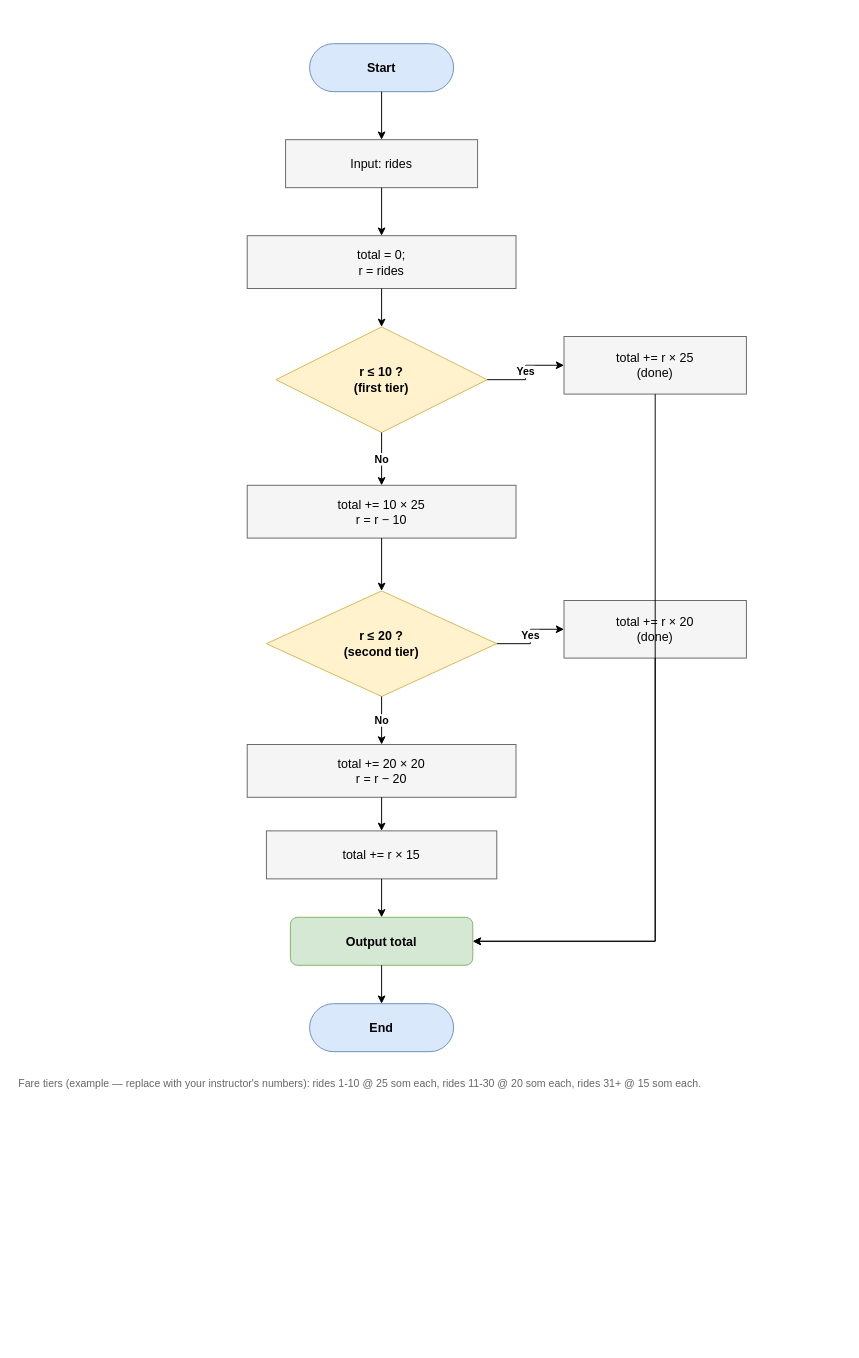
The draw.io diagram lab1/metro-fare-flowchart.drawio in ruziev1435-star/Emaktab, before the edit. Source tidied: cells renumbered, new cells numbered last; positions are measured from the earlier drawing's top-left corner, leaving out a move shared by most shapes. Both pictures are drawn from the tidied source at 96%, with x=0, y=0 at pixel (16, 43).
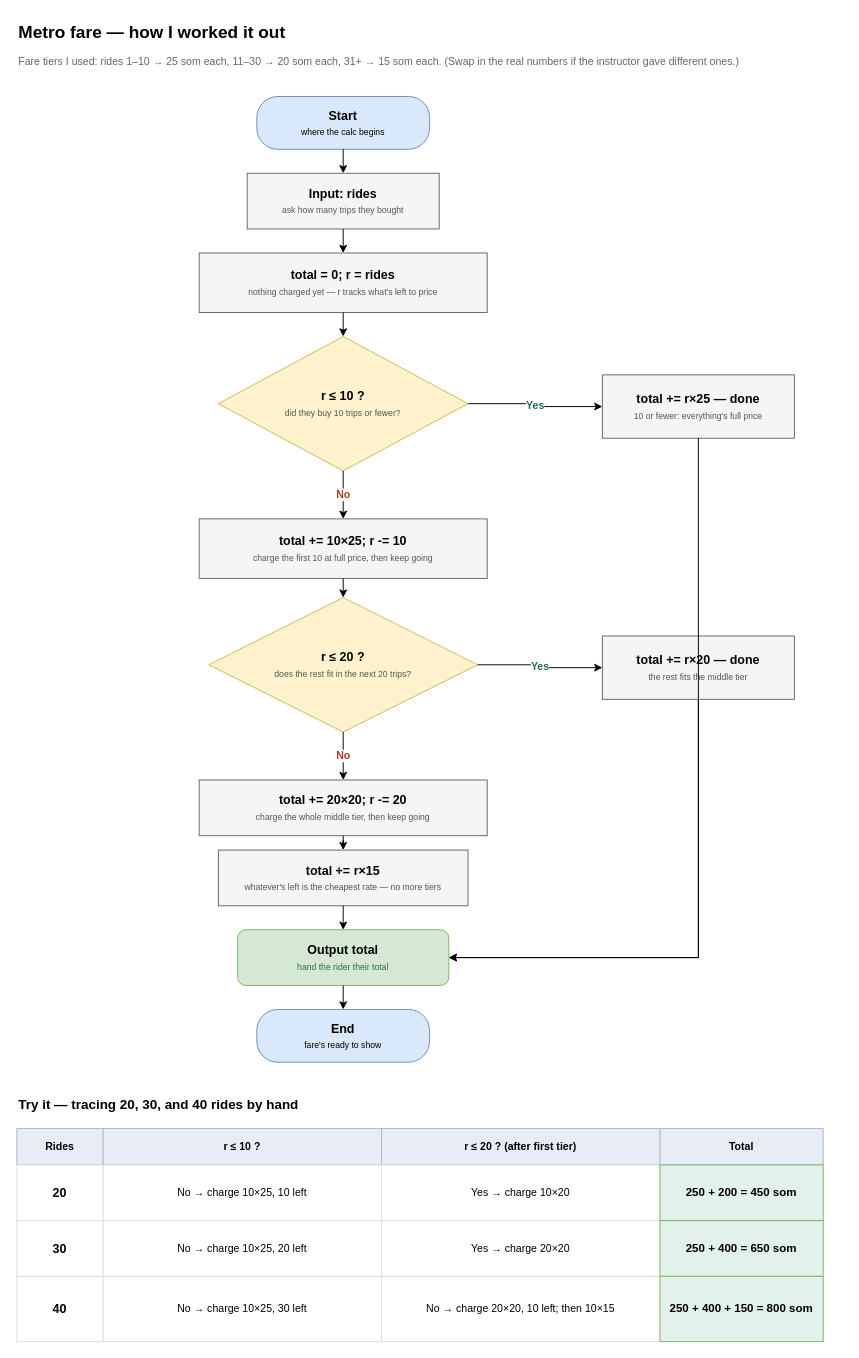
Above is the later version.

Commit message:
Add plain-language captions and worked-example table to the flowchart

- every box now has a short "what this step does" line, not just the formula
- embedded a results table on the canvas tracing 20, 30, and 40 rides to
  450, 650, and 800 som so the outcome is visible without a separate file

Claude-Session: https://claude.ai/code/session_01XtFHZjEuaSxkU3XpsSK1kU

Change to the diagram source:
```diff
@@
+    <mxCell id="28" value="Metro fare — how I worked it out" style="text;html=1;align=left;valign=middle;fontSize=18;fontStyle=1;" parent="1" vertex="1">
+      <mxGeometry y="-28" width="700" height="30" as="geometry" />
+    </mxCell>
+    <mxCell id="29" value="Fare tiers I used: rides 1–10 → 25 som each, 11–30 → 20 som each, 31+ → 15 som each. (Swap in the real numbers if the instructor gave different ones.)" style="text;html=1;align=left;valign=middle;fontSize=11;fontColor=#666666;whiteSpace=wrap;" parent="1" vertex="1">
+      <mxGeometry y="6" width="860" height="34" as="geometry" />
+    </mxCell>
-    <mxCell id="2" value="Start" style="rounded=1;arcSize=50;whiteSpace=wrap;html=1;fillColor=#dae8fc;strokeColor=#6c8ebf;fontStyle=1;fontSize=13;" parent="1" vertex="1">
-      <mxGeometry x="305" width="150" height="50" as="geometry" />
+    <mxCell id="2" value="&lt;b&gt;Start&lt;/b&gt;&lt;br&gt;&lt;span style=&quot;font-size:9px;&quot;&gt;where the calc begins&lt;/span&gt;" style="rounded=1;arcSize=40;whiteSpace=wrap;html=1;fillColor=#dae8fc;strokeColor=#6c8ebf;fontSize=13;align=center;verticalAlign=middle;" parent="1" vertex="1">
+      <mxGeometry x="250" y="55" width="180" height="55" as="geometry" />
     </mxCell>
-    <mxCell id="3" value="Input: rides" style="rounded=0;whiteSpace=wrap;html=1;fillColor=#f5f5f5;strokeColor=#666666;fontSize=13;" parent="1" vertex="1">
-      <mxGeometry x="280" y="100" width="200" height="50" as="geometry" />
+    <mxCell id="3" value="&lt;b&gt;Input: rides&lt;/b&gt;&lt;br&gt;&lt;span style=&quot;font-size:9px;color:#555555;&quot;&gt;ask how many trips they bought&lt;/span&gt;" style="rounded=0;whiteSpace=wrap;html=1;fillColor=#f5f5f5;strokeColor=#666666;fontSize=13;" parent="1" vertex="1">
+      <mxGeometry x="240" y="135" width="200" height="58" as="geometry" />
     </mxCell>
-    <mxCell id="4" value="total = 0;&#10;r = rides" style="rounded=0;whiteSpace=wrap;html=1;fillColor=#f5f5f5;strokeColor=#666666;fontSize=13;" parent="1" vertex="1">
-      <mxGeometry x="240" y="200" width="280" height="55" as="geometry" />
+    <mxCell id="4" value="&lt;b&gt;total = 0;  r = rides&lt;/b&gt;&lt;br&gt;&lt;span style=&quot;font-size:9px;color:#555555;&quot;&gt;nothing charged yet — r tracks what's left to price&lt;/span&gt;" style="rounded=0;whiteSpace=wrap;html=1;fillColor=#f5f5f5;strokeColor=#666666;fontSize=13;" parent="1" vertex="1">
+      <mxGeometry x="190" y="218" width="300" height="62" as="geometry" />
     </mxCell>
-    <mxCell id="5" value="r ≤ 10 ?&#10;(first tier)" style="rhombus;whiteSpace=wrap;html=1;fillColor=#fff2cc;strokeColor=#d6b656;fontSize=13;fontStyle=1;" parent="1" vertex="1">
-      <mxGeometry x="270" y="295" width="220" height="110" as="geometry" />
+    <mxCell id="5" value="&lt;b&gt;r ≤ 10 ?&lt;/b&gt;&lt;br&gt;&lt;span style=&quot;font-size:9px;color:#555555;&quot;&gt;did they buy 10 trips or fewer?&lt;/span&gt;" style="rhombus;whiteSpace=wrap;html=1;fillColor=#fff2cc;strokeColor=#d6b656;fontSize=13;" parent="1" vertex="1">
+      <mxGeometry x="210" y="305" width="260" height="140" as="geometry" />
     </mxCell>
-    <mxCell id="6" value="total += 10 × 25&#10;r = r − 10" style="rounded=0;whiteSpace=wrap;html=1;fillColor=#f5f5f5;strokeColor=#666666;fontSize=13;" parent="1" vertex="1">
-      <mxGeometry x="240" y="460" width="280" height="55" as="geometry" />
+    <mxCell id="6" value="&lt;b&gt;total += 10×25;  r -= 10&lt;/b&gt;&lt;br&gt;&lt;span style=&quot;font-size:9px;color:#555555;&quot;&gt;charge the first 10 at full price, then keep going&lt;/span&gt;" style="rounded=0;whiteSpace=wrap;html=1;fillColor=#f5f5f5;strokeColor=#666666;fontSize=13;" parent="1" vertex="1">
+      <mxGeometry x="190" y="495" width="300" height="62" as="geometry" />
     </mxCell>
-    <mxCell id="7" value="total += r × 25&#10;(done)" style="rounded=0;whiteSpace=wrap;html=1;fillColor=#f5f5f5;strokeColor=#666666;fontSize=13;" parent="1" vertex="1">
-      <mxGeometry x="570" y="305" width="190" height="60" as="geometry" />
+    <mxCell id="7" value="&lt;b&gt;total += r×25 — done&lt;/b&gt;&lt;br&gt;&lt;span style=&quot;font-size:9px;color:#555555;&quot;&gt;10 or fewer: everything's full price&lt;/span&gt;" style="rounded=0;whiteSpace=wrap;html=1;fillColor=#f5f5f5;strokeColor=#666666;fontSize=13;" parent="1" vertex="1">
+      <mxGeometry x="610" y="345" width="200" height="66" as="geometry" />
     </mxCell>
-    <mxCell id="8" value="r ≤ 20 ?&#10;(second tier)" style="rhombus;whiteSpace=wrap;html=1;fillColor=#fff2cc;strokeColor=#d6b656;fontSize=13;fontStyle=1;" parent="1" vertex="1">
-      <mxGeometry x="260" y="570" width="240" height="110" as="geometry" />
+    <mxCell id="8" value="&lt;b&gt;r ≤ 20 ?&lt;/b&gt;&lt;br&gt;&lt;span style=&quot;font-size:9px;color:#555555;&quot;&gt;does the rest fit in the next 20 trips?&lt;/span&gt;" style="rhombus;whiteSpace=wrap;html=1;fillColor=#fff2cc;strokeColor=#d6b656;fontSize=13;" parent="1" vertex="1">
+      <mxGeometry x="200" y="577" width="280" height="140" as="geometry" />
     </mxCell>
-    <mxCell id="9" value="total += r × 20&#10;(done)" style="rounded=0;whiteSpace=wrap;html=1;fillColor=#f5f5f5;strokeColor=#666666;fontSize=13;" parent="1" vertex="1">
-      <mxGeometry x="570" y="580" width="190" height="60" as="geometry" />
+    <mxCell id="9" value="&lt;b&gt;total += r×20 — done&lt;/b&gt;&lt;br&gt;&lt;span style=&quot;font-size:9px;color:#555555;&quot;&gt;the rest fits the middle tier&lt;/span&gt;" style="rounded=0;whiteSpace=wrap;html=1;fillColor=#f5f5f5;strokeColor=#666666;fontSize=13;" parent="1" vertex="1">
+      <mxGeometry x="610" y="617" width="200" height="66" as="geometry" />
     </mxCell>
-    <mxCell id="10" value="total += 20 × 20&#10;r = r − 20" style="rounded=0;whiteSpace=wrap;html=1;fillColor=#f5f5f5;strokeColor=#666666;fontSize=13;" parent="1" vertex="1">
-      <mxGeometry x="240" y="730" width="280" height="55" as="geometry" />
+    <mxCell id="10" value="&lt;b&gt;total += 20×20;  r -= 20&lt;/b&gt;&lt;br&gt;&lt;span style=&quot;font-size:9px;color:#555555;&quot;&gt;charge the whole middle tier, then keep going&lt;/span&gt;" style="rounded=0;whiteSpace=wrap;html=1;fillColor=#f5f5f5;strokeColor=#666666;fontSize=13;" parent="1" vertex="1">
+      <mxGeometry x="190" y="767" width="300" height="58" as="geometry" />
     </mxCell>
-    <mxCell id="11" value="total += r × 15" style="rounded=0;whiteSpace=wrap;html=1;fillColor=#f5f5f5;strokeColor=#666666;fontSize=13;" parent="1" vertex="1">
-      <mxGeometry x="260" y="820" width="240" height="50" as="geometry" />
+    <mxCell id="11" value="&lt;b&gt;total += r×15&lt;/b&gt;&lt;br&gt;&lt;span style=&quot;font-size:9px;color:#555555;&quot;&gt;whatever's left is the cheapest rate — no more tiers&lt;/span&gt;" style="rounded=0;whiteSpace=wrap;html=1;fillColor=#f5f5f5;strokeColor=#666666;fontSize=13;" parent="1" vertex="1">
+      <mxGeometry x="210" y="840" width="260" height="58" as="geometry" />
     </mxCell>
-    <mxCell id="12" value="Output total" style="rounded=1;whiteSpace=wrap;html=1;fillColor=#d5e8d4;strokeColor=#82b366;fontStyle=1;fontSize=13;" parent="1" vertex="1">
-      <mxGeometry x="285" y="910" width="190" height="50" as="geometry" />
+    <mxCell id="12" value="&lt;b&gt;Output total&lt;/b&gt;&lt;br&gt;&lt;span style=&quot;font-size:9px;color:#2c6e3f;&quot;&gt;hand the rider their total&lt;/span&gt;" style="rounded=1;whiteSpace=wrap;html=1;fillColor=#d5e8d4;strokeColor=#82b366;fontSize=13;" parent="1" vertex="1">
+      <mxGeometry x="230" y="923" width="220" height="58" as="geometry" />
     </mxCell>
-    <mxCell id="13" value="End" style="rounded=1;arcSize=50;whiteSpace=wrap;html=1;fillColor=#dae8fc;strokeColor=#6c8ebf;fontStyle=1;fontSize=13;" parent="1" vertex="1">
-      <mxGeometry x="305" y="1000" width="150" height="50" as="geometry" />
+    <mxCell id="13" value="&lt;b&gt;End&lt;/b&gt;&lt;br&gt;&lt;span style=&quot;font-size:9px;&quot;&gt;fare's ready to show&lt;/span&gt;" style="rounded=1;arcSize=40;whiteSpace=wrap;html=1;fillColor=#dae8fc;strokeColor=#6c8ebf;fontSize=13;" parent="1" vertex="1">
+      <mxGeometry x="250" y="1006" width="180" height="55" as="geometry" />
     </mxCell>
@@
-    <mxCell id="17" value="No" style="edgeStyle=orthogonalEdgeStyle;rounded=0;html=1;fontStyle=1;" parent="1" edge="1" source="5" target="6">
+    <mxCell id="17" value="No" style="edgeStyle=orthogonalEdgeStyle;rounded=0;html=1;fontStyle=1;fontColor=#a83e1f;" parent="1" edge="1" source="5" target="6">
       <mxGeometry relative="1" as="geometry" />
     </mxCell>
-    <mxCell id="18" value="Yes" style="edgeStyle=orthogonalEdgeStyle;rounded=0;html=1;fontStyle=1;" parent="1" edge="1" source="5" target="7">
+    <mxCell id="18" value="Yes" style="edgeStyle=orthogonalEdgeStyle;rounded=0;html=1;fontStyle=1;fontColor=#276e4d;" parent="1" edge="1" source="5" target="7">
       <mxGeometry relative="1" as="geometry" />
     </mxCell>
@@
-    <mxCell id="20" value="No" style="edgeStyle=orthogonalEdgeStyle;rounded=0;html=1;fontStyle=1;" parent="1" edge="1" source="8" target="10">
+    <mxCell id="20" value="No" style="edgeStyle=orthogonalEdgeStyle;rounded=0;html=1;fontStyle=1;fontColor=#a83e1f;" parent="1" edge="1" source="8" target="10">
       <mxGeometry relative="1" as="geometry" />
     </mxCell>
-    <mxCell id="21" value="Yes" style="edgeStyle=orthogonalEdgeStyle;rounded=0;html=1;fontStyle=1;" parent="1" edge="1" source="8" target="9">
+    <mxCell id="21" value="Yes" style="edgeStyle=orthogonalEdgeStyle;rounded=0;html=1;fontStyle=1;fontColor=#276e4d;" parent="1" edge="1" source="8" target="9">
       <mxGeometry relative="1" as="geometry" />
     </mxCell>
@@
-    <mxCell id="27" value="Fare tiers (example — replace with your instructor's numbers): rides 1-10 @ 25 som each, rides 11-30 @ 20 som each, rides 31+ @ 15 som each." style="text;html=1;align=left;valign=top;fontSize=11;fontColor=#666666;whiteSpace=wrap;" parent="1" vertex="1">
-      <mxGeometry y="1070" width="770" height="30" as="geometry" />
-    </mxCell>
+    <mxCell id="30" value="Try it — tracing 20, 30, and 40 rides by hand" style="text;html=1;align=left;valign=middle;fontSize=14;fontStyle=1;" parent="1" vertex="1">
+      <mxGeometry y="1090" width="700" height="28" as="geometry" />
+    </mxCell>
+    <mxCell id="31" value="Rides" style="rounded=0;whiteSpace=wrap;html=1;fillColor=#e8edf5;strokeColor=#b0b8c8;fontStyle=1;fontSize=11;" parent="1" vertex="1">
+      <mxGeometry y="1130" width="90" height="38" as="geometry" />
+    </mxCell>
+    <mxCell id="32" value="r ≤ 10 ?" style="rounded=0;whiteSpace=wrap;html=1;fillColor=#e8edf5;strokeColor=#b0b8c8;fontStyle=1;fontSize=11;" parent="1" vertex="1">
+      <mxGeometry x="90" y="1130" width="290" height="38" as="geometry" />
+    </mxCell>
+    <mxCell id="33" value="r ≤ 20 ? (after first tier)" style="rounded=0;whiteSpace=wrap;html=1;fillColor=#e8edf5;strokeColor=#b0b8c8;fontStyle=1;fontSize=11;" parent="1" vertex="1">
+      <mxGeometry x="380" y="1130" width="290" height="38" as="geometry" />
+    </mxCell>
+    <mxCell id="34" value="Total" style="rounded=0;whiteSpace=wrap;html=1;fillColor=#e8edf5;strokeColor=#b0b8c8;fontStyle=1;fontSize=11;" parent="1" vertex="1">
+      <mxGeometry x="670" y="1130" width="170" height="38" as="geometry" />
+    </mxCell>
+    <mxCell id="35" value="20" style="rounded=0;whiteSpace=wrap;html=1;fillColor=#ffffff;strokeColor=#dddddd;fontSize=13;fontStyle=1;" parent="1" vertex="1">
+      <mxGeometry y="1168" width="90" height="58" as="geometry" />
+    </mxCell>
+    <mxCell id="36" value="No → charge 10×25, 10 left" style="rounded=0;whiteSpace=wrap;html=1;fillColor=#ffffff;strokeColor=#dddddd;fontSize=11;spacing=6;" parent="1" vertex="1">
+      <mxGeometry x="90" y="1168" width="290" height="58" as="geometry" />
+    </mxCell>
+    <mxCell id="37" value="Yes → charge 10×20" style="rounded=0;whiteSpace=wrap;html=1;fillColor=#ffffff;strokeColor=#dddddd;fontSize=11;spacing=6;" parent="1" vertex="1">
+      <mxGeometry x="380" y="1168" width="290" height="58" as="geometry" />
+    </mxCell>
+    <mxCell id="38" value="250 + 200 = 450 som" style="rounded=0;whiteSpace=wrap;html=1;fillColor=#e2f1e9;strokeColor=#82b366;fontSize=12;fontStyle=1;spacing=6;" parent="1" vertex="1">
+      <mxGeometry x="670" y="1168" width="170" height="58" as="geometry" />
+    </mxCell>
+    <mxCell id="39" value="30" style="rounded=0;whiteSpace=wrap;html=1;fillColor=#ffffff;strokeColor=#dddddd;fontSize=13;fontStyle=1;" parent="1" vertex="1">
+      <mxGeometry y="1226" width="90" height="58" as="geometry" />
+    </mxCell>
+    <mxCell id="40" value="No → charge 10×25, 20 left" style="rounded=0;whiteSpace=wrap;html=1;fillColor=#ffffff;strokeColor=#dddddd;fontSize=11;spacing=6;" parent="1" vertex="1">
+      <mxGeometry x="90" y="1226" width="290" height="58" as="geometry" />
+    </mxCell>
+    <mxCell id="41" value="Yes → charge 20×20" style="rounded=0;whiteSpace=wrap;html=1;fillColor=#ffffff;strokeColor=#dddddd;fontSize=11;spacing=6;" parent="1" vertex="1">
+      <mxGeometry x="380" y="1226" width="290" height="58" as="geometry" />
+    </mxCell>
+    <mxCell id="42" value="250 + 400 = 650 som" style="rounded=0;whiteSpace=wrap;html=1;fillColor=#e2f1e9;strokeColor=#82b366;fontSize=12;fontStyle=1;spacing=6;" parent="1" vertex="1">
+      <mxGeometry x="670" y="1226" width="170" height="58" as="geometry" />
+    </mxCell>
+    <mxCell id="43" value="40" style="rounded=0;whiteSpace=wrap;html=1;fillColor=#ffffff;strokeColor=#dddddd;fontSize=13;fontStyle=1;" parent="1" vertex="1">
+      <mxGeometry y="1284" width="90" height="68" as="geometry" />
+    </mxCell>
+    <mxCell id="44" value="No → charge 10×25, 30 left" style="rounded=0;whiteSpace=wrap;html=1;fillColor=#ffffff;strokeColor=#dddddd;fontSize=11;spacing=6;" parent="1" vertex="1">
+      <mxGeometry x="90" y="1284" width="290" height="68" as="geometry" />
+    </mxCell>
+    <mxCell id="45" value="No → charge 20×20, 10 left; then 10×15" style="rounded=0;whiteSpace=wrap;html=1;fillColor=#ffffff;strokeColor=#dddddd;fontSize=11;spacing=6;" parent="1" vertex="1">
+      <mxGeometry x="380" y="1284" width="290" height="68" as="geometry" />
+    </mxCell>
+    <mxCell id="46" value="250 + 400 + 150 = 800 som" style="rounded=0;whiteSpace=wrap;html=1;fillColor=#e2f1e9;strokeColor=#82b366;fontSize=12;fontStyle=1;spacing=6;" parent="1" vertex="1">
+      <mxGeometry x="670" y="1284" width="170" height="68" as="geometry" />
+    </mxCell>
```
